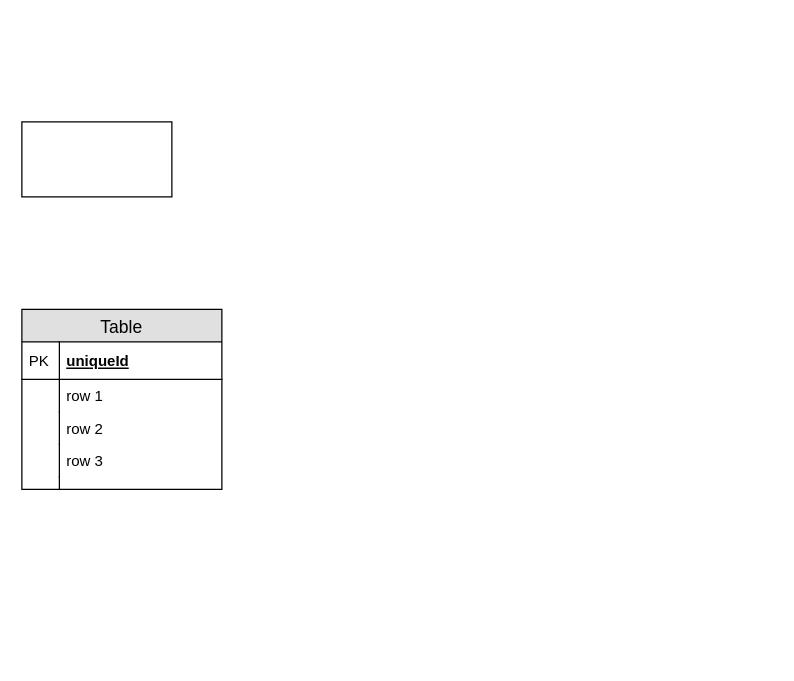
This is Untitled Diagram.drawio from Pinary/Pinary.github.io, a draw.io file, before an edit. Source tidied: cells renumbered, new cells numbered last; positions are measured from the earlier drawing's top-left corner, leaving out a move shared by most shapes. Both pictures are drawn from the tidied source at 125%, with x=0, y=0 at pixel (21, 121).
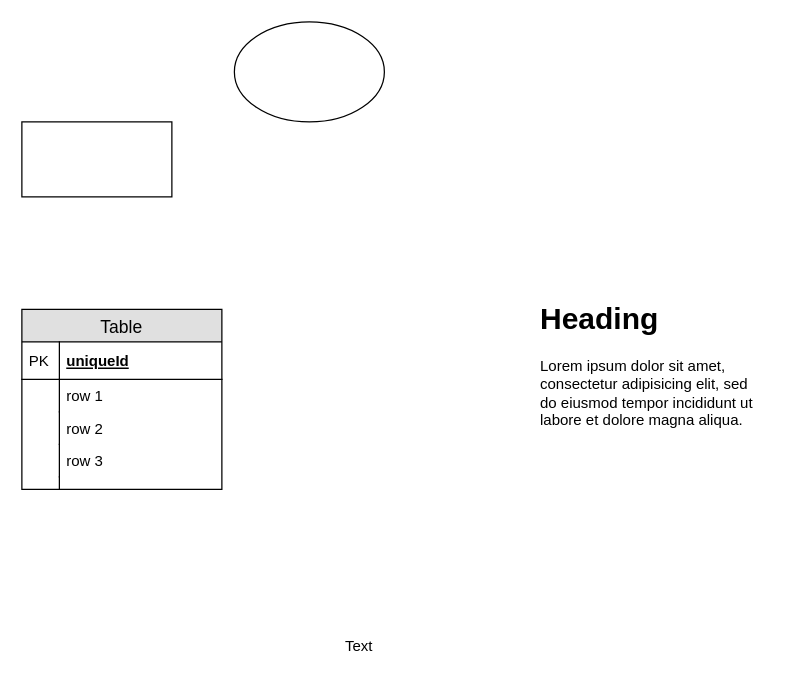
The same diagram, later.

Diff of the diagram source:
```diff
@@
 <mxGraphModel>
   <root>
     <mxCell id="0" />
     <mxCell id="1" parent="0" />
     <mxCell id="2" style="rounded=0;whiteSpace=wrap;html=1;" parent="1" vertex="1">
       <mxGeometry width="120" height="60" as="geometry" />
     </mxCell>
     <mxCell id="3" value="Table" style="swimlane;fontStyle=0;horizontal=1;startSize=26;fillColor=#e0e0e0;swimlaneFillColor=#ffffff;align=center;fontSize=14;" parent="1" vertex="1">
       <mxGeometry y="150" width="160" height="144" as="geometry" />
     </mxCell>
     <mxCell id="4" value="uniqueId" style="shape=partialRectangle;top=0;left=0;right=0;bottom=1;align=left;verticalAlign=middle;fillColor=none;spacingLeft=34;spacingRight=4;overflow=hidden;fontStyle=5;fontSize=12;" parent="3" vertex="1">
       <mxGeometry y="26" width="160" height="30" as="geometry" />
     </mxCell>
     <mxCell id="5" value="PK" style="shape=partialRectangle;top=0;left=0;bottom=0;fillColor=none;align=left;verticalAlign=middle;spacingLeft=4;spacingRight=4;overflow=hidden;fontSize=12;" parent="4" vertex="1">
       <mxGeometry width="30" height="30" as="geometry" />
     </mxCell>
     <mxCell id="6" value="row 1" style="shape=partialRectangle;top=0;left=0;right=0;bottom=0;align=left;verticalAlign=top;fillColor=none;spacingLeft=34;spacingRight=4;overflow=hidden;fontSize=12;" parent="3" vertex="1">
       <mxGeometry y="56" width="160" height="26" as="geometry" />
     </mxCell>
     <mxCell id="7" style="shape=partialRectangle;top=0;left=0;bottom=0;fillColor=none;align=left;verticalAlign=top;spacingLeft=4;spacingRight=4;overflow=hidden;fontSize=12;" parent="6" vertex="1">
       <mxGeometry width="30" height="26" as="geometry" />
     </mxCell>
     <mxCell id="8" value="row 2" style="shape=partialRectangle;top=0;left=0;right=0;bottom=0;align=left;verticalAlign=top;fillColor=none;spacingLeft=34;spacingRight=4;overflow=hidden;fontSize=12;" parent="3" vertex="1">
       <mxGeometry y="82" width="160" height="26" as="geometry" />
     </mxCell>
     <mxCell id="9" style="shape=partialRectangle;top=0;left=0;bottom=0;fillColor=none;align=left;verticalAlign=top;spacingLeft=4;spacingRight=4;overflow=hidden;fontSize=12;" parent="8" vertex="1">
       <mxGeometry width="30" height="26" as="geometry" />
     </mxCell>
     <mxCell id="10" value="row 3" style="shape=partialRectangle;top=0;left=0;right=0;bottom=0;align=left;verticalAlign=top;fillColor=none;spacingLeft=34;spacingRight=4;overflow=hidden;fontSize=12;" parent="3" vertex="1">
       <mxGeometry y="108" width="160" height="26" as="geometry" />
     </mxCell>
     <mxCell id="11" style="shape=partialRectangle;top=0;left=0;bottom=0;fillColor=none;align=left;verticalAlign=top;spacingLeft=4;spacingRight=4;overflow=hidden;fontSize=12;" parent="10" vertex="1">
       <mxGeometry width="30" height="26" as="geometry" />
     </mxCell>
     <mxCell id="12" style="shape=partialRectangle;top=0;left=0;right=0;bottom=0;align=left;verticalAlign=top;fillColor=none;spacingLeft=34;spacingRight=4;overflow=hidden;fontSize=12;" parent="3" vertex="1">
       <mxGeometry y="134" width="160" height="10" as="geometry" />
     </mxCell>
     <mxCell id="13" style="shape=partialRectangle;top=0;left=0;bottom=0;fillColor=none;align=left;verticalAlign=top;spacingLeft=4;spacingRight=4;overflow=hidden;fontSize=12;" parent="12" vertex="1">
       <mxGeometry width="30" height="10" as="geometry" />
     </mxCell>
+    <mxCell id="14" style="ellipse;whiteSpace=wrap;html=1;" parent="1" vertex="1">
+      <mxGeometry x="170" y="-80" width="120" height="80" as="geometry" />
+    </mxCell>
+    <mxCell id="15" value="&lt;h1&gt;Heading&lt;/h1&gt;&lt;p&gt;Lorem ipsum dolor sit amet, consectetur adipisicing elit, sed do eiusmod tempor incididunt ut labore et dolore magna aliqua.&lt;/p&gt;" style="text;html=1;strokeColor=none;fillColor=none;spacing=5;spacingTop=-20;whiteSpace=wrap;overflow=hidden;rounded=0;" parent="1" vertex="1">
+      <mxGeometry x="410" y="138" width="190" height="120" as="geometry" />
+    </mxCell>
+    <mxCell id="16" value="Text" style="text;html=1;strokeColor=none;fillColor=none;align=center;verticalAlign=middle;whiteSpace=wrap;rounded=0;" parent="1" vertex="1">
+      <mxGeometry x="250" y="410" width="40" height="20" as="geometry" />
+    </mxCell>
   </root>
 </mxGraphModel>
```
